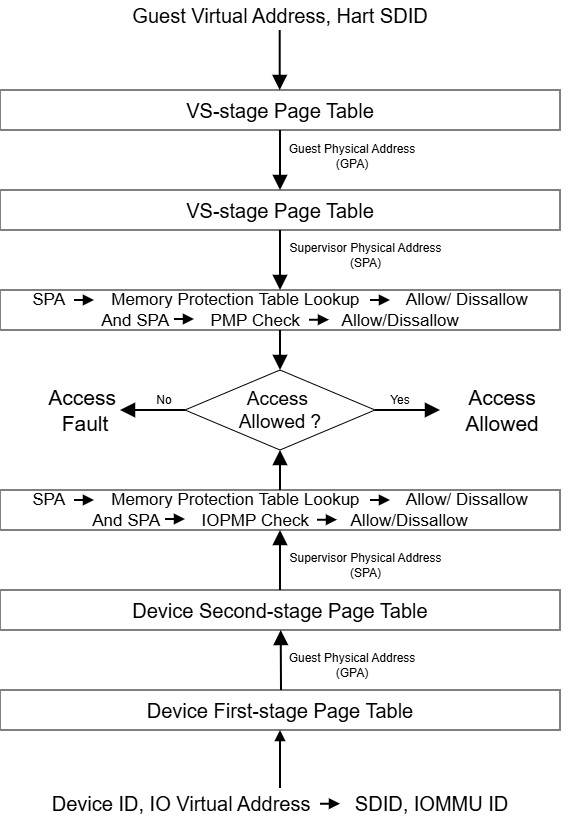
riscv/riscv-smmtt keeps this draw.io diagram as images/fig2.png. Above is the earlier version. Source tidied: cells renumbered, new cells last; positions are measured from the earlier drawing's top-left corner, leaving out a move shared by most shapes.
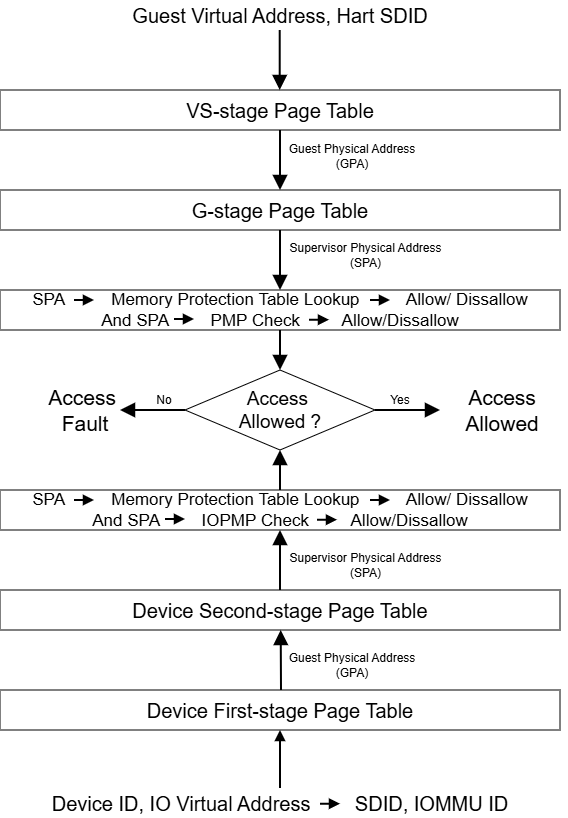
Above is the later version.

Diff of the diagram source:
```diff
@@ -13,7 +13,7 @@
         <mxPoint x="280" y="290" as="targetPoint" />
       </mxGeometry>
     </mxCell>
-    <mxCell id="5" value="&lt;font style=&quot;font-size: 20px;&quot;&gt;VS-stage Page Table&lt;/font&gt;" style="rounded=0;whiteSpace=wrap;html=1;" parent="1" vertex="1">
+    <mxCell id="5" value="&lt;font style=&quot;font-size: 20px;&quot;&gt;G-stage Page Table&lt;/font&gt;" style="rounded=0;whiteSpace=wrap;html=1;" parent="1" vertex="1">
       <mxGeometry y="190" width="560" height="40" as="geometry" />
     </mxCell>
     <mxCell id="6" value="&lt;font style=&quot;font-size: 17px;&quot;&gt;SPA&amp;nbsp; &amp;nbsp; &amp;nbsp; &amp;nbsp; &amp;nbsp; Memory Protection Table Lookup&amp;nbsp; &amp;nbsp; &amp;nbsp; &amp;nbsp; &amp;nbsp; Allow/ Dissallow&lt;/font&gt;&lt;div&gt;&lt;font style=&quot;font-size: 17px;&quot;&gt;And SPA&amp;nbsp; &amp;nbsp; &amp;nbsp; &amp;nbsp; &amp;nbsp;IOPMP Check&amp;nbsp; &amp;nbsp; &amp;nbsp; &amp;nbsp; &amp;nbsp;Allow/Dissallow&lt;/font&gt;&lt;/div&gt;" style="rounded=0;whiteSpace=wrap;html=1;" parent="1" vertex="1">
```
